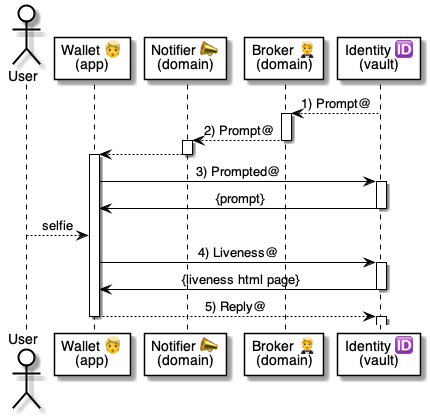
Before: 5 ⏩ Flows/55 🆔⏩ Identities/.📎 Assets/⚙️ Selfie.png, a diagram exported from PlantUML (pollyweb-org/pollyweb-docs). Its source is kept beside it as 5 ⏩ Flows/55 🆔⏩ Identities/.📎 Assets/⚙️ Selfie.puml.
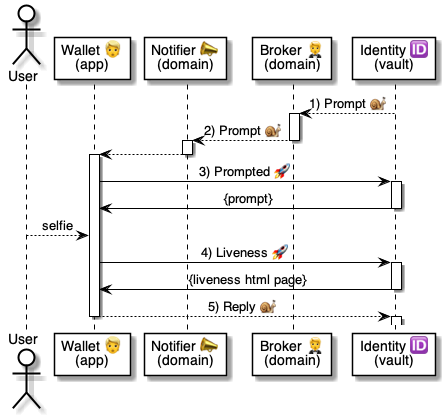
The same diagram one commit later.

Diff of the diagram source:
```diff
@@ -8,10 +8,10 @@
 participant "Identity 🆔\n(vault)" as identity
 
 
-identity --> broker: 1) Prompt@
+identity --> broker: 1) Prompt 🐌
 
 activate broker
-    broker --> notifier: 2) Prompt@
+    broker --> notifier: 2) Prompt 🐌
 deactivate broker
 
 activate notifier
@@ -19,19 +19,19 @@
 deactivate notifier
 
 activate wallet
-    wallet -> identity: 3) Prompted@
+    wallet -> identity: 3) Prompted 🚀
     activate identity
         identity -> wallet: {prompt}
     deactivate identity
 
     user --> wallet: selfie
-    wallet -> identity: 4) Liveness@
+    wallet -> identity: 4) Liveness 🚀
 
     activate identity
         identity -> wallet: {liveness html page}
     deactivate identity
 
-    wallet --> identity: 5) Reply@
+    wallet --> identity: 5) Reply 🐌
 deactivate wallet
 activate identity
 
```
